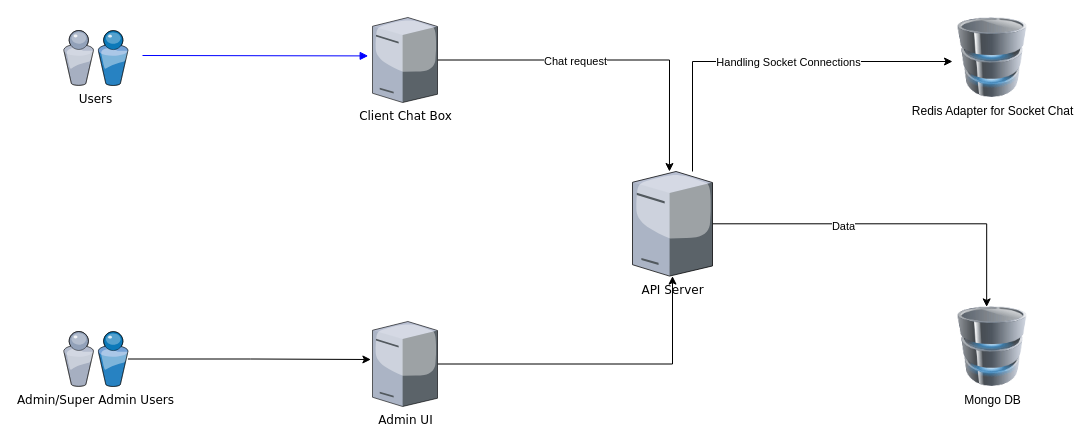
The draw.io diagram Untitled Diagram.drawio in tysondarasa/api-design, before the edit. Source tidied: cells renumbered, new cells numbered last; positions are measured from the earlier drawing's top-left corner, leaving out a move shared by most shapes. Both pictures are drawn from the tidied source at 100%, with x=0, y=0 at pixel (63, 17).
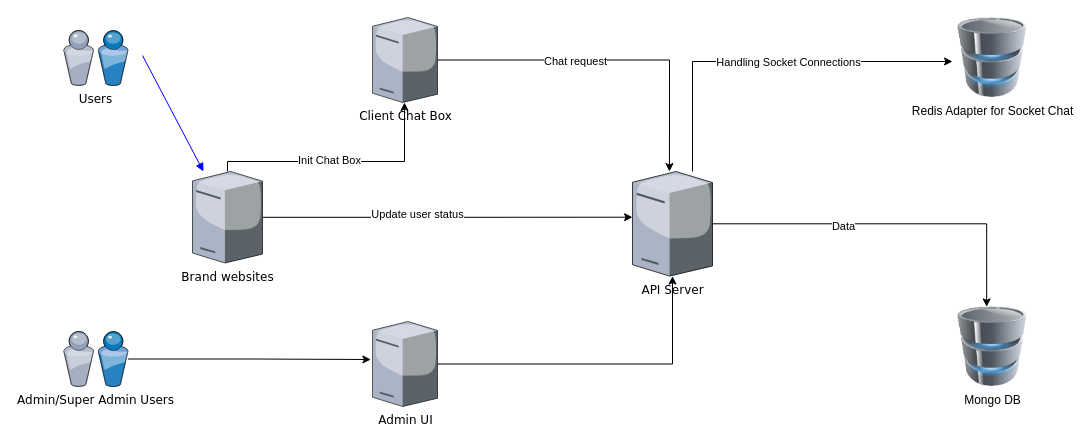
The same diagram, later.

Commit message:
Add brand websites

Unchanged cells that the change refers to:
```xml
<mxCell id="5" value="Client Chat Box" style="verticalLabelPosition=bottom;html=1;verticalAlign=top;strokeColor=none;shape=mxgraph.citrix.tower_server;rounded=0;shadow=0;comic=0;fontFamily=Verdana;" parent="1" vertex="1">
  <mxGeometry x="309" width="65" height="85" as="geometry" />
</mxCell>
<mxCell id="11" value="API Server" style="verticalLabelPosition=bottom;html=1;verticalAlign=top;strokeColor=none;shape=mxgraph.citrix.tower_server;rounded=0;shadow=0;comic=0;fontFamily=Verdana;" parent="1" vertex="1">
  <mxGeometry x="569" y="154" width="80" height="104.6" as="geometry" />
</mxCell>
```

Change to the diagram source:
```diff
@@
-    <mxCell id="6" style="rounded=0;html=1;labelBackgroundColor=none;startArrow=none;startFill=0;endArrow=block;endFill=1;strokeColor=#0000FF;strokeWidth=1;fontFamily=Verdana;fontSize=12;entryX=-0.066;entryY=0.452;entryDx=0;entryDy=0;entryPerimeter=0;" parent="1" edge="1" target="5">
+    <mxCell id="6" style="rounded=0;html=1;labelBackgroundColor=none;startArrow=none;startFill=0;endArrow=block;endFill=1;strokeColor=#0000FF;strokeWidth=1;fontFamily=Verdana;fontSize=12;" parent="1" edge="1" target="22">
       <mxGeometry relative="1" as="geometry">
         <mxPoint x="79" y="38" as="sourcePoint" />
       </mxGeometry>
     </mxCell>
@@
+    <mxCell id="18" style="edgeStyle=orthogonalEdgeStyle;rounded=0;jettySize=auto;html=1;" parent="1" edge="1" source="22" target="5">
+      <mxGeometry relative="1" as="geometry">
+        <Array as="points">
+          <mxPoint x="164" y="144" />
+          <mxPoint x="341" y="144" />
+        </Array>
+      </mxGeometry>
+    </mxCell>
+    <mxCell id="19" value="Init Chat Box" style="edgeLabel;html=1;align=center;verticalAlign=middle;" parent="18" vertex="1">
+      <mxGeometry x="-0.1" y="2" relative="1" as="geometry" />
+    </mxCell>
+    <mxCell id="20" style="edgeStyle=orthogonalEdgeStyle;rounded=0;jettySize=auto;html=1;entryX=0;entryY=0.437;entryDx=0;entryDy=0;entryPerimeter=0;" parent="1" edge="1" source="22" target="11">
+      <mxGeometry relative="1" as="geometry" />
+    </mxCell>
+    <mxCell id="21" value="Update user status" style="edgeLabel;html=1;align=center;verticalAlign=middle;" parent="20" vertex="1">
+      <mxGeometry x="-0.17" y="3" relative="1" as="geometry" />
+    </mxCell>
+    <mxCell id="22" value="Brand websites" style="verticalLabelPosition=bottom;html=1;verticalAlign=top;strokeColor=none;shape=mxgraph.citrix.tower_server;rounded=0;shadow=0;comic=0;fontFamily=Verdana;" parent="1" vertex="1">
+      <mxGeometry x="129" y="154" width="70" height="91.5" as="geometry" />
+    </mxCell>
```
